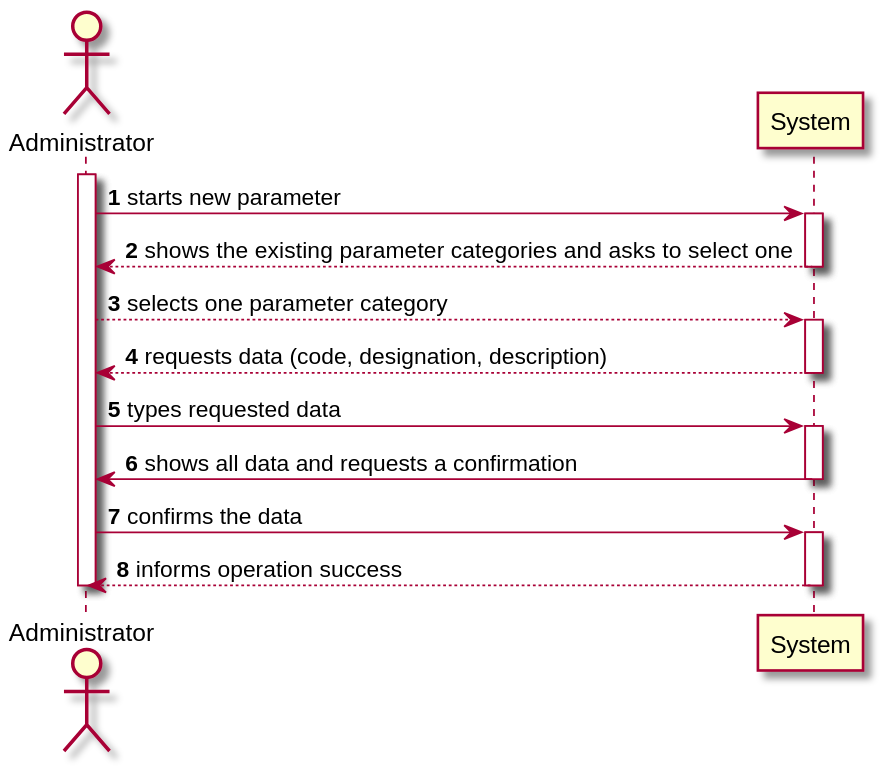
Before: docs/SprintB/US10/US10-SSD.svg, a diagram exported from PlantUML (0franciscor/lei-21-s2-1de-g19).
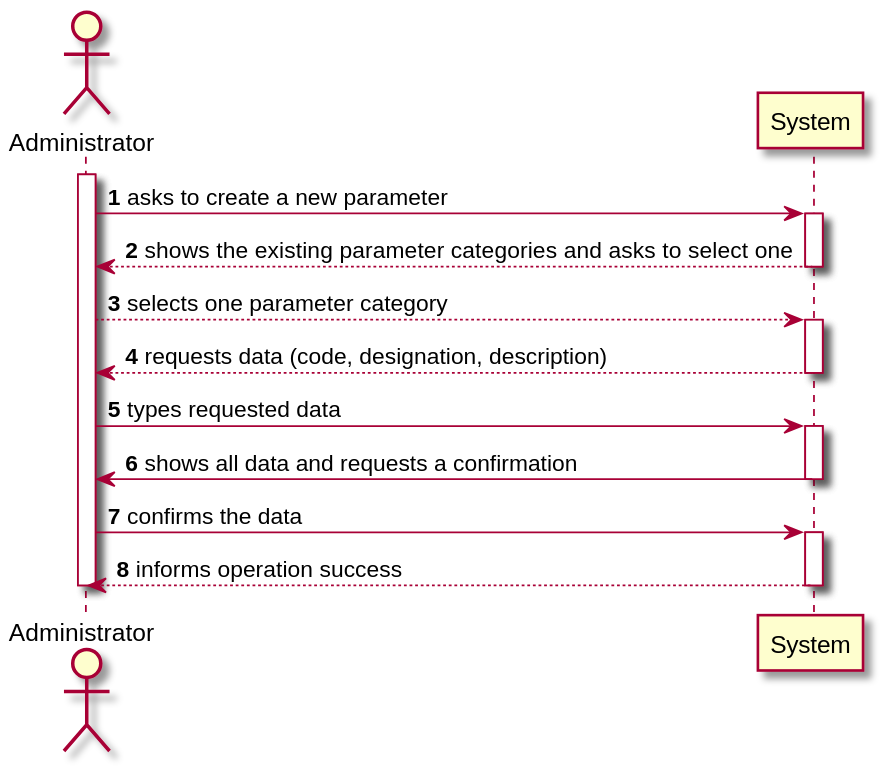
Above is the later version.

Change to the diagram source:
```diff
@@ -5,7 +5,7 @@
 actor Administrator as ADM
 activate ADM
 
-ADM -> System ++: starts new parameter
+ADM -> System ++: asks to create a new parameter
 System --> ADM --: shows the existing parameter categories and asks to select one
 ADM --> System ++: selects one parameter category
 System --> ADM --: requests data (code, designation, description)
```
